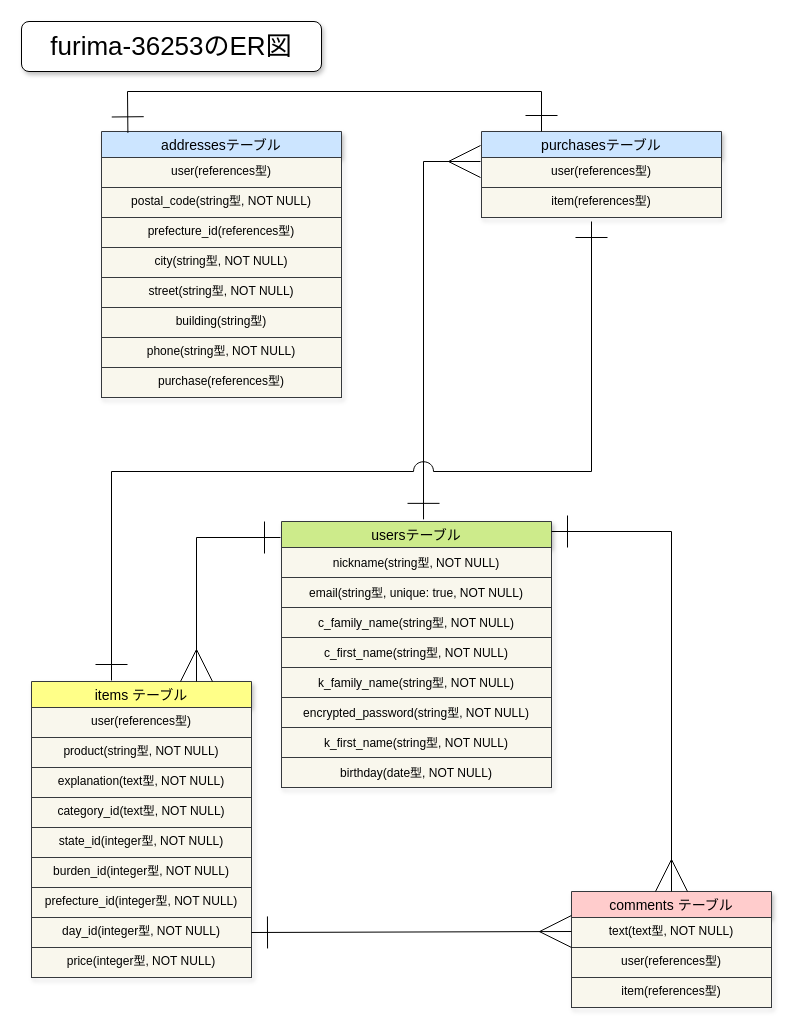
This is furima-36253.dio from oisiibutaniku/furima-36253, a draw.io file, before an edit. Source tidied: cells renumbered, new cells numbered last; positions are measured from the earlier drawing's top-left corner, leaving out a move shared by most shapes. Both pictures are drawn from the tidied source at 100%, with x=0, y=0 at pixel (21, 21).
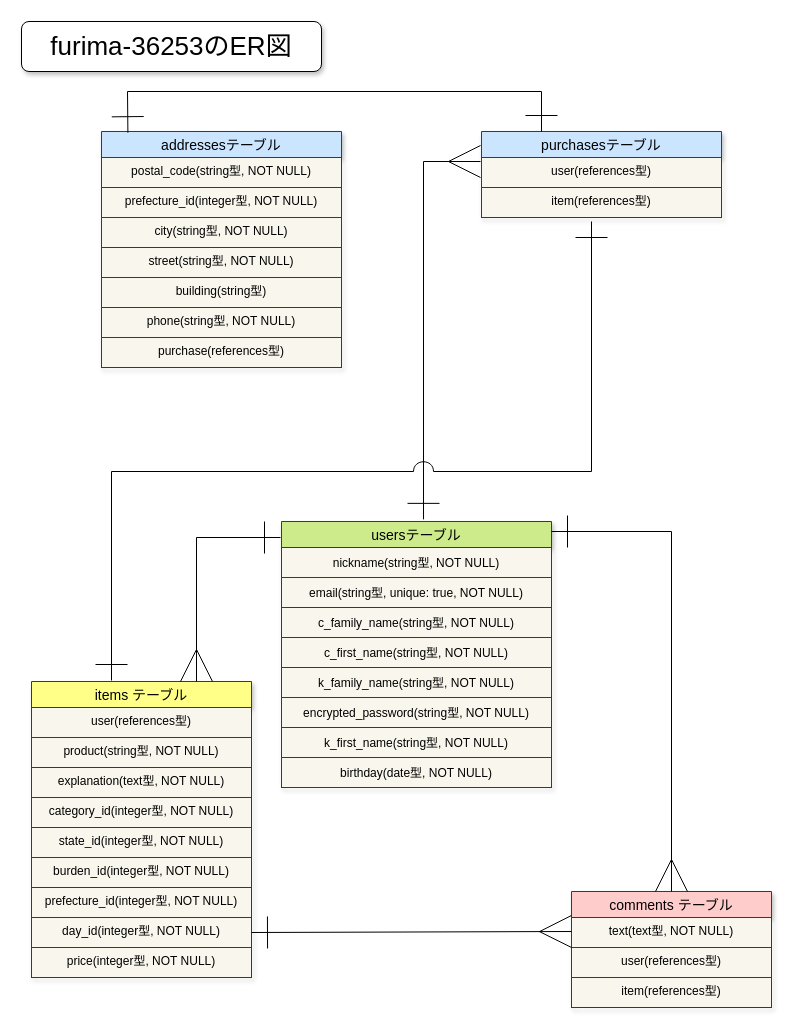
Above is the later version.

Unchanged cells that the change refers to:
```xml
<mxCell id="11" value="items テーブル" style="swimlane;fontStyle=0;horizontal=1;startSize=26;align=center;fontSize=14;fillColor=#ffff88;strokeColor=#36393d;shadow=1;swimlaneLine=0;" parent="1" vertex="1">
  <mxGeometry x="10" y="660" width="220" height="296" as="geometry" />
</mxCell>
```

What changed in the source:
```diff
@@
-    <mxCell id="15" value="category_id(text型, NOT NULL)" style="text;strokeColor=#36393d;fillColor=#f9f7ed;spacingLeft=4;spacingRight=4;overflow=hidden;fontSize=12;align=center;" parent="11" vertex="1">
+    <mxCell id="15" value="category_id(integer型, NOT NULL)" style="text;strokeColor=#36393d;fillColor=#f9f7ed;spacingLeft=4;spacingRight=4;overflow=hidden;fontSize=12;align=center;" parent="11" vertex="1">
       <mxGeometry y="116" width="220" height="30" as="geometry" />
     </mxCell>
@@
     <mxCell id="25" value="addressesテーブル" style="swimlane;fontStyle=0;horizontal=1;startSize=26;align=center;fontSize=14;fillColor=#cce5ff;strokeColor=#36393d;shadow=1;" parent="1" vertex="1">
-      <mxGeometry x="80" y="110" width="240" height="266" as="geometry" />
+      <mxGeometry x="80" y="110" width="240" height="236" as="geometry" />
     </mxCell>
-    <mxCell id="26" value="user(references型)" style="text;spacingLeft=4;spacingRight=4;overflow=hidden;fontSize=12;align=center;fillColor=#f9f7ed;strokeColor=#36393d;" parent="25" vertex="1">
-      <mxGeometry y="26" width="240" height="30" as="geometry" />
-    </mxCell>
     <mxCell id="27" value="postal_code(string型, NOT NULL)" style="text;spacingLeft=4;spacingRight=4;overflow=hidden;fontSize=12;align=center;fillColor=#f9f7ed;strokeColor=#36393d;" parent="25" vertex="1">
-      <mxGeometry y="56" width="240" height="30" as="geometry" />
+      <mxGeometry y="26" width="240" height="30" as="geometry" />
     </mxCell>
-    <mxCell id="28" value="prefecture_id(references型)" style="text;spacingLeft=4;spacingRight=4;overflow=hidden;fontSize=12;align=center;fillColor=#f9f7ed;strokeColor=#36393d;" parent="25" vertex="1">
-      <mxGeometry y="86" width="240" height="30" as="geometry" />
+    <mxCell id="28" value="prefecture_id(integer型, NOT NULL)" style="text;spacingLeft=4;spacingRight=4;overflow=hidden;fontSize=12;align=center;fillColor=#f9f7ed;strokeColor=#36393d;" parent="25" vertex="1">
+      <mxGeometry y="56" width="240" height="30" as="geometry" />
     </mxCell>
     <mxCell id="29" value="city(string型, NOT NULL)" style="text;spacingLeft=4;spacingRight=4;overflow=hidden;fontSize=12;align=center;fillColor=#f9f7ed;strokeColor=#36393d;" parent="25" vertex="1">
-      <mxGeometry y="116" width="240" height="30" as="geometry" />
+      <mxGeometry y="86" width="240" height="30" as="geometry" />
     </mxCell>
     <mxCell id="30" value="street(string型, NOT NULL)" style="text;spacingLeft=4;spacingRight=4;overflow=hidden;fontSize=12;align=center;fillColor=#f9f7ed;strokeColor=#36393d;" parent="25" vertex="1">
-      <mxGeometry y="146" width="240" height="30" as="geometry" />
+      <mxGeometry y="116" width="240" height="30" as="geometry" />
     </mxCell>
     <mxCell id="31" value="building(string型)" style="text;spacingLeft=4;spacingRight=4;overflow=hidden;fontSize=12;align=center;fillColor=#f9f7ed;strokeColor=#36393d;" parent="25" vertex="1">
-      <mxGeometry y="176" width="240" height="30" as="geometry" />
+      <mxGeometry y="146" width="240" height="30" as="geometry" />
     </mxCell>
     <mxCell id="32" value="phone(string型, NOT NULL)" style="text;spacingLeft=4;spacingRight=4;overflow=hidden;fontSize=12;align=center;fillColor=#f9f7ed;strokeColor=#36393d;" parent="25" vertex="1">
-      <mxGeometry y="206" width="240" height="30" as="geometry" />
+      <mxGeometry y="176" width="240" height="30" as="geometry" />
     </mxCell>
     <mxCell id="33" value="purchase(references型)" style="text;spacingLeft=4;spacingRight=4;overflow=hidden;fontSize=12;align=center;fillColor=#f9f7ed;strokeColor=#36393d;" parent="25" vertex="1">
-      <mxGeometry y="236" width="240" height="30" as="geometry" />
+      <mxGeometry y="206" width="240" height="30" as="geometry" />
     </mxCell>
```
